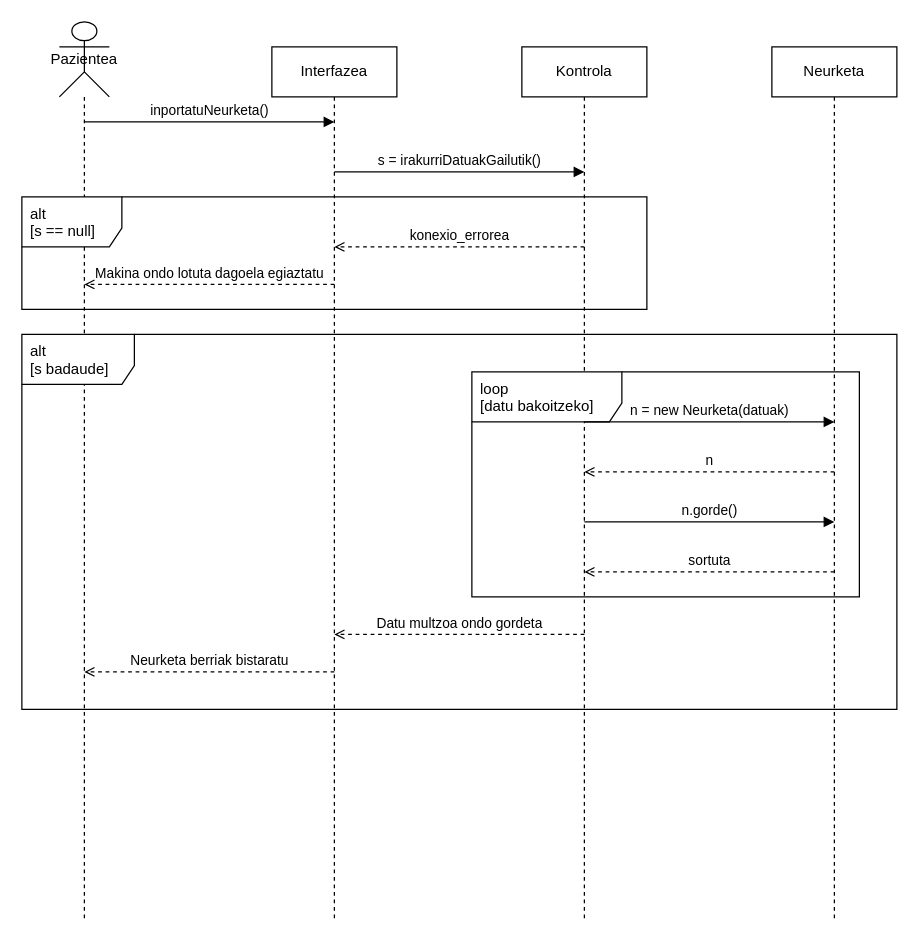
This is sekuentzia_diagramak/4_neurketa_inportatu.drawio from AnderUrienGoierri/GOsasunERRONKA, a draw.io file, before an edit. Source tidied: cells renumbered, new cells numbered last; positions are measured from the earlier drawing's top-left corner, leaving out a move shared by most shapes. Both pictures are drawn from the tidied source at 125%, with x=0, y=0 at pixel (21, 21).
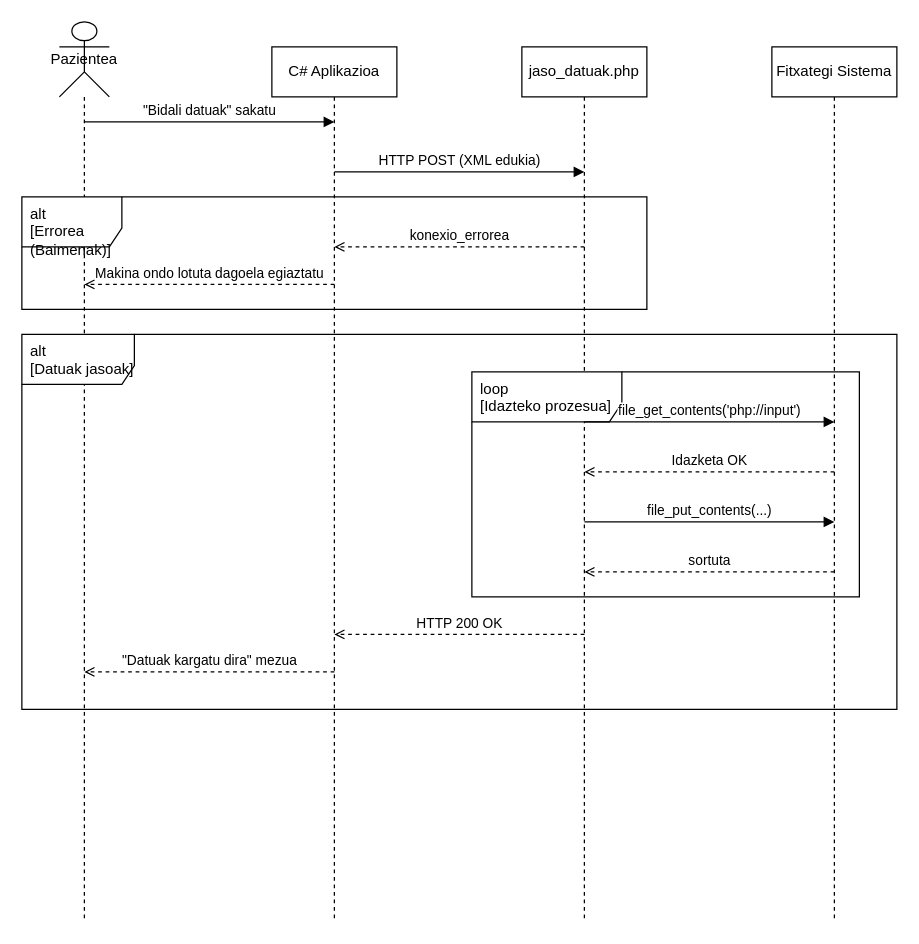
The same diagram, later.

What changed in the source:
```diff
@@
-    <mxCell id="3" value="Interfazea" style="shape=umlLifeline;perimeter=lifelinePerimeter;whiteSpace=wrap;html=1;" parent="1" vertex="1">
+    <mxCell id="3" value="C# Aplikazioa" style="shape=umlLifeline;perimeter=lifelinePerimeter;whiteSpace=wrap;html=1;" parent="1" vertex="1">
       <mxGeometry x="200" y="20" width="100" height="700" as="geometry" />
     </mxCell>
-    <mxCell id="4" value="Kontrola" style="shape=umlLifeline;perimeter=lifelinePerimeter;whiteSpace=wrap;html=1;" parent="1" vertex="1">
+    <mxCell id="4" value="jaso_datuak.php" style="shape=umlLifeline;perimeter=lifelinePerimeter;whiteSpace=wrap;html=1;" parent="1" vertex="1">
       <mxGeometry x="400" y="20" width="100" height="700" as="geometry" />
     </mxCell>
-    <mxCell id="5" value="Neurketa" style="shape=umlLifeline;perimeter=lifelinePerimeter;whiteSpace=wrap;html=1;" parent="1" vertex="1">
+    <mxCell id="5" value="Fitxategi Sistema" style="shape=umlLifeline;perimeter=lifelinePerimeter;whiteSpace=wrap;html=1;" parent="1" vertex="1">
       <mxGeometry x="600" y="20" width="100" height="700" as="geometry" />
     </mxCell>
-    <mxCell id="6" value="inportatuNeurketa()" style="html=1;verticalAlign=bottom;endArrow=block;edgeStyle=elbowEdgeStyle;elbow=vertical;rounded=0;" parent="1" edge="1">
+    <mxCell id="6" value="&quot;Bidali datuak&quot; sakatu" style="html=1;verticalAlign=bottom;endArrow=block;edgeStyle=elbowEdgeStyle;elbow=vertical;rounded=0;" parent="1" edge="1">
       <mxGeometry relative="1" as="geometry">
         <mxPoint x="50" y="80" as="sourcePoint" />
         <mxPoint x="250" y="80" as="targetPoint" />
       </mxGeometry>
     </mxCell>
-    <mxCell id="7" value="s = irakurriDatuakGailutik()" style="html=1;verticalAlign=bottom;endArrow=block;edgeStyle=elbowEdgeStyle;elbow=vertical;rounded=0;" parent="1" edge="1">
+    <mxCell id="7" value="HTTP POST (XML edukia)" style="html=1;verticalAlign=bottom;endArrow=block;edgeStyle=elbowEdgeStyle;elbow=vertical;rounded=0;" parent="1" edge="1">
       <mxGeometry relative="1" as="geometry">
         <mxPoint x="250" y="120" as="sourcePoint" />
         <mxPoint x="450" y="120" as="targetPoint" />
       </mxGeometry>
     </mxCell>
-    <mxCell id="8" value="alt&#10;[s == null]" style="shape=umlFrame;whiteSpace=wrap;html=1;width=80;height=40;boundedLbl=1;verticalAlign=top;align=left;spacingLeft=5;" parent="1" vertex="1">
+    <mxCell id="8" value="alt&#10;[Errorea (Baimenak)]" style="shape=umlFrame;whiteSpace=wrap;html=1;width=80;height=40;boundedLbl=1;verticalAlign=top;align=left;spacingLeft=5;" parent="1" vertex="1">
       <mxGeometry y="140" width="500" height="90" as="geometry" />
     </mxCell>
@@
-    <mxCell id="11" value="alt&#10;[s badaude]" style="shape=umlFrame;whiteSpace=wrap;html=1;width=90;height=40;boundedLbl=1;verticalAlign=top;align=left;spacingLeft=5;" parent="1" vertex="1">
+    <mxCell id="11" value="alt&#10;[Datuak jasoak]" style="shape=umlFrame;whiteSpace=wrap;html=1;width=90;height=40;boundedLbl=1;verticalAlign=top;align=left;spacingLeft=5;" parent="1" vertex="1">
       <mxGeometry y="250" width="700" height="300" as="geometry" />
     </mxCell>
-    <mxCell id="12" value="loop&#10;[datu bakoitzeko]" style="shape=umlFrame;whiteSpace=wrap;html=1;width=120;height=40;boundedLbl=1;verticalAlign=top;align=left;spacingLeft=5;" parent="1" vertex="1">
+    <mxCell id="12" value="loop&#10;[Idazteko prozesua]" style="shape=umlFrame;whiteSpace=wrap;html=1;width=120;height=40;boundedLbl=1;verticalAlign=top;align=left;spacingLeft=5;" parent="1" vertex="1">
       <mxGeometry x="360" y="280" width="310" height="180" as="geometry" />
     </mxCell>
-    <mxCell id="13" value="n = new Neurketa(datuak)" style="html=1;verticalAlign=bottom;endArrow=block;edgeStyle=elbowEdgeStyle;elbow=vertical;rounded=0;" parent="1" edge="1">
+    <mxCell id="13" value="file_get_contents('php://input')" style="html=1;verticalAlign=bottom;endArrow=block;edgeStyle=elbowEdgeStyle;elbow=vertical;rounded=0;" parent="1" edge="1">
       <mxGeometry relative="1" as="geometry">
         <mxPoint x="450" y="320" as="sourcePoint" />
         <mxPoint x="650" y="320" as="targetPoint" />
       </mxGeometry>
     </mxCell>
-    <mxCell id="14" value="n" style="html=1;verticalAlign=bottom;endArrow=open;edgeStyle=elbowEdgeStyle;elbow=vertical;rounded=0;dashed=1;" parent="1" edge="1">
+    <mxCell id="14" value="Idazketa OK" style="html=1;verticalAlign=bottom;endArrow=open;edgeStyle=elbowEdgeStyle;elbow=vertical;rounded=0;dashed=1;" parent="1" edge="1">
       <mxGeometry relative="1" as="geometry">
         <mxPoint x="650" y="360" as="sourcePoint" />
         <mxPoint x="450" y="360" as="targetPoint" />
       </mxGeometry>
     </mxCell>
-    <mxCell id="15" value="n.gorde()" style="html=1;verticalAlign=bottom;endArrow=block;edgeStyle=elbowEdgeStyle;elbow=vertical;rounded=0;" parent="1" edge="1">
+    <mxCell id="15" value="file_put_contents(...)" style="html=1;verticalAlign=bottom;endArrow=block;edgeStyle=elbowEdgeStyle;elbow=vertical;rounded=0;" parent="1" edge="1">
       <mxGeometry relative="1" as="geometry">
         <mxPoint x="450" y="400" as="sourcePoint" />
         <mxPoint x="650" y="400" as="targetPoint" />
       </mxGeometry>
     </mxCell>
@@
-    <mxCell id="17" value="Datu multzoa ondo gordeta" style="html=1;verticalAlign=bottom;endArrow=open;edgeStyle=elbowEdgeStyle;elbow=vertical;rounded=0;dashed=1;" parent="1" edge="1">
+    <mxCell id="17" value="HTTP 200 OK" style="html=1;verticalAlign=bottom;endArrow=open;edgeStyle=elbowEdgeStyle;elbow=vertical;rounded=0;dashed=1;" parent="1" edge="1">
       <mxGeometry relative="1" as="geometry">
         <mxPoint x="450" y="490" as="sourcePoint" />
         <mxPoint x="250" y="490" as="targetPoint" />
       </mxGeometry>
     </mxCell>
-    <mxCell id="18" value="Neurketa berriak bistaratu" style="html=1;verticalAlign=bottom;endArrow=open;edgeStyle=elbowEdgeStyle;elbow=vertical;rounded=0;dashed=1;" parent="1" edge="1">
+    <mxCell id="18" value="&quot;Datuak kargatu dira&quot; mezua" style="html=1;verticalAlign=bottom;endArrow=open;edgeStyle=elbowEdgeStyle;elbow=vertical;rounded=0;dashed=1;" parent="1" edge="1">
       <mxGeometry relative="1" as="geometry">
         <mxPoint x="250" y="520" as="sourcePoint" />
         <mxPoint x="50" y="520" as="targetPoint" />
       </mxGeometry>
     </mxCell>
```
